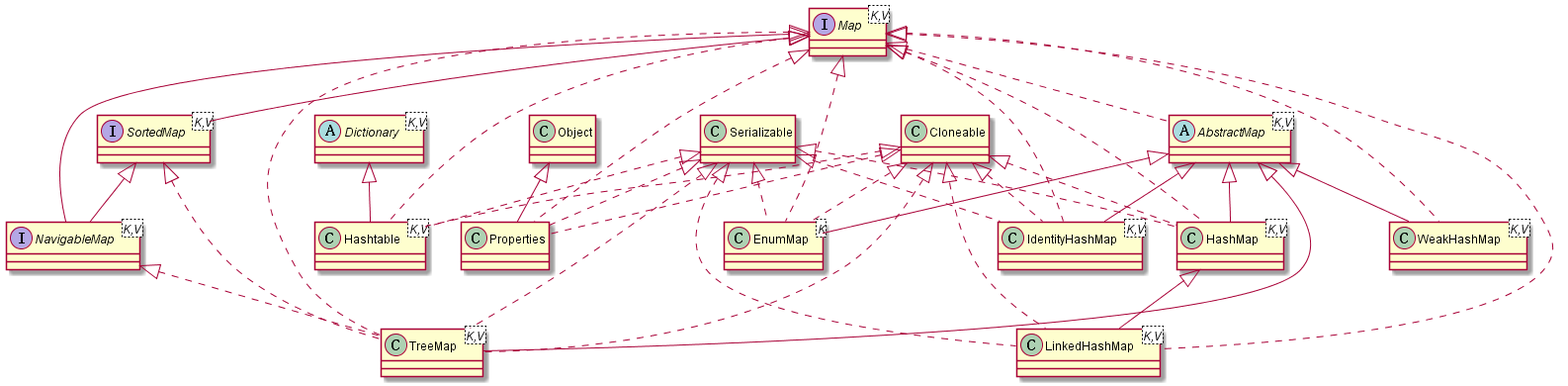
Earlier version of the PlantUML export docs/images/classDiagram-java-util-Map-(without-members).png (taogen-dev-tools/plantuml-generator). Source of this version:
```plantuml
@startuml


abstract Dictionary<K,V> {
}



abstract AbstractMap<K,V> {
}

Map <|.. AbstractMap


class WeakHashMap<K,V> {
}

AbstractMap <|-- WeakHashMap
Map <|.. WeakHashMap


interface Map<K,V> {
}



class Hashtable<K,V> {
}

Dictionary <|-- Hashtable
Serializable <|.. Hashtable
Cloneable <|.. Hashtable
Map <|.. Hashtable


class HashMap<K,V> {
}

AbstractMap <|-- HashMap
Serializable <|.. HashMap
Cloneable <|.. HashMap
Map <|.. HashMap


interface SortedMap<K,V> {
}

Map <|-- SortedMap


class IdentityHashMap<K,V> {
}

AbstractMap <|-- IdentityHashMap
Serializable <|.. IdentityHashMap
Cloneable <|.. IdentityHashMap
Map <|.. IdentityHashMap


class Properties {
}

Object <|-- Properties
Serializable <|.. Properties
Cloneable <|.. Properties
Map <|.. Properties


class TreeMap<K,V> {
}

AbstractMap <|-- TreeMap
Serializable <|.. TreeMap
Cloneable <|.. TreeMap
Map <|.. TreeMap
NavigableMap <|.. TreeMap
SortedMap <|.. TreeMap


class LinkedHashMap<K,V> {
}

HashMap <|-- LinkedHashMap
Serializable <|.. LinkedHashMap
Cloneable <|.. LinkedHashMap
Map <|.. LinkedHashMap


class EnumMap<K> {
}

AbstractMap <|-- EnumMap
Serializable <|.. EnumMap
Cloneable <|.. EnumMap
Map <|.. EnumMap


interface NavigableMap<K,V> {
}

Map <|-- NavigableMap
SortedMap <|-- NavigableMap


@enduml
```
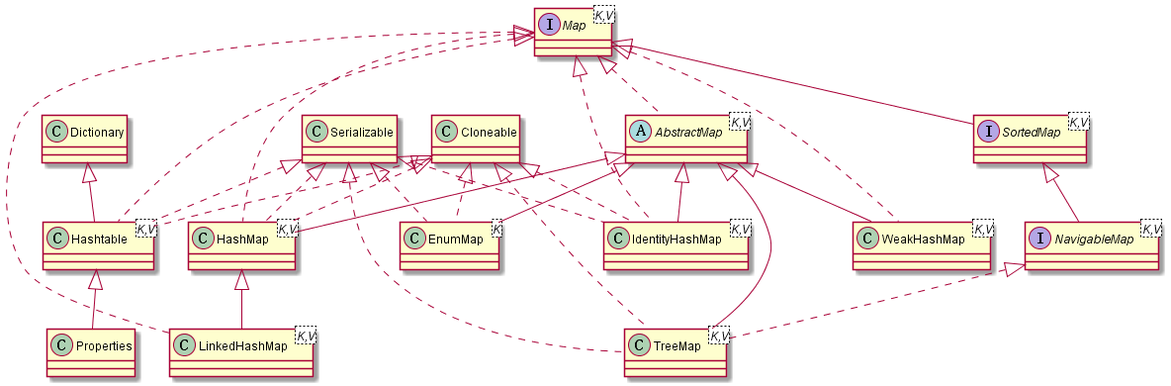
Above is the later version.

The edit, as a diff of the source:
```diff
@@ -1,105 +1,103 @@
 @startuml
 
 
-abstract Dictionary<K,V> {
+class Properties
+{
+}
+
+Hashtable <|-- Properties
+
+
+class HashMap<K,V>
+{
+}
+
+AbstractMap <|-- HashMap
+Map <|.. HashMap
+Cloneable <|.. HashMap
+Serializable <|.. HashMap
+
+
+class EnumMap<K>
+{
+}
+
+AbstractMap <|-- EnumMap
+Serializable <|.. EnumMap
+Cloneable <|.. EnumMap
+
+
+class Hashtable<K,V>
+{
+}
+
+Dictionary <|-- Hashtable
+Map <|.. Hashtable
+Cloneable <|.. Hashtable
+Serializable <|.. Hashtable
+
+
+interface Map<K,V>
+{
 }
 
 
 
-abstract AbstractMap<K,V> {
+abstract AbstractMap<K,V>
+{
 }
 
 Map <|.. AbstractMap
 
 
-class WeakHashMap<K,V> {
+interface NavigableMap<K,V>
+{
+}
+
+SortedMap <|-- NavigableMap
+
+
+class TreeMap<K,V>
+{
+}
+
+AbstractMap <|-- TreeMap
+NavigableMap <|.. TreeMap
+Cloneable <|.. TreeMap
+Serializable <|.. TreeMap
+
+
+class WeakHashMap<K,V>
+{
 }
 
 AbstractMap <|-- WeakHashMap
 Map <|.. WeakHashMap
 
 
-interface Map<K,V> {
-}
-
-
-
-class Hashtable<K,V> {
-}
-
-Dictionary <|-- Hashtable
-Serializable <|.. Hashtable
-Cloneable <|.. Hashtable
-Map <|.. Hashtable
-
-
-class HashMap<K,V> {
-}
-
-AbstractMap <|-- HashMap
-Serializable <|.. HashMap
-Cloneable <|.. HashMap
-Map <|.. HashMap
-
-
-interface SortedMap<K,V> {
+interface SortedMap<K,V>
+{
 }
 
 Map <|-- SortedMap
 
 
-class IdentityHashMap<K,V> {
+class IdentityHashMap<K,V>
+{
 }
 
 AbstractMap <|-- IdentityHashMap
+Map <|.. IdentityHashMap
 Serializable <|.. IdentityHashMap
 Cloneable <|.. IdentityHashMap
-Map <|.. IdentityHashMap
 
 
-class Properties {
-}
-
-Object <|-- Properties
-Serializable <|.. Properties
-Cloneable <|.. Properties
-Map <|.. Properties
-
-
-class TreeMap<K,V> {
-}
-
-AbstractMap <|-- TreeMap
-Serializable <|.. TreeMap
-Cloneable <|.. TreeMap
-Map <|.. TreeMap
-NavigableMap <|.. TreeMap
-SortedMap <|.. TreeMap
-
-
-class LinkedHashMap<K,V> {
+class LinkedHashMap<K,V>
+{
 }
 
 HashMap <|-- LinkedHashMap
-Serializable <|.. LinkedHashMap
-Cloneable <|.. LinkedHashMap
 Map <|.. LinkedHashMap
 
 
-class EnumMap<K> {
-}
-
-AbstractMap <|-- EnumMap
-Serializable <|.. EnumMap
-Cloneable <|.. EnumMap
-Map <|.. EnumMap
-
-
-interface NavigableMap<K,V> {
-}
-
-Map <|-- NavigableMap
-SortedMap <|-- NavigableMap
-
-
 @enduml
```
